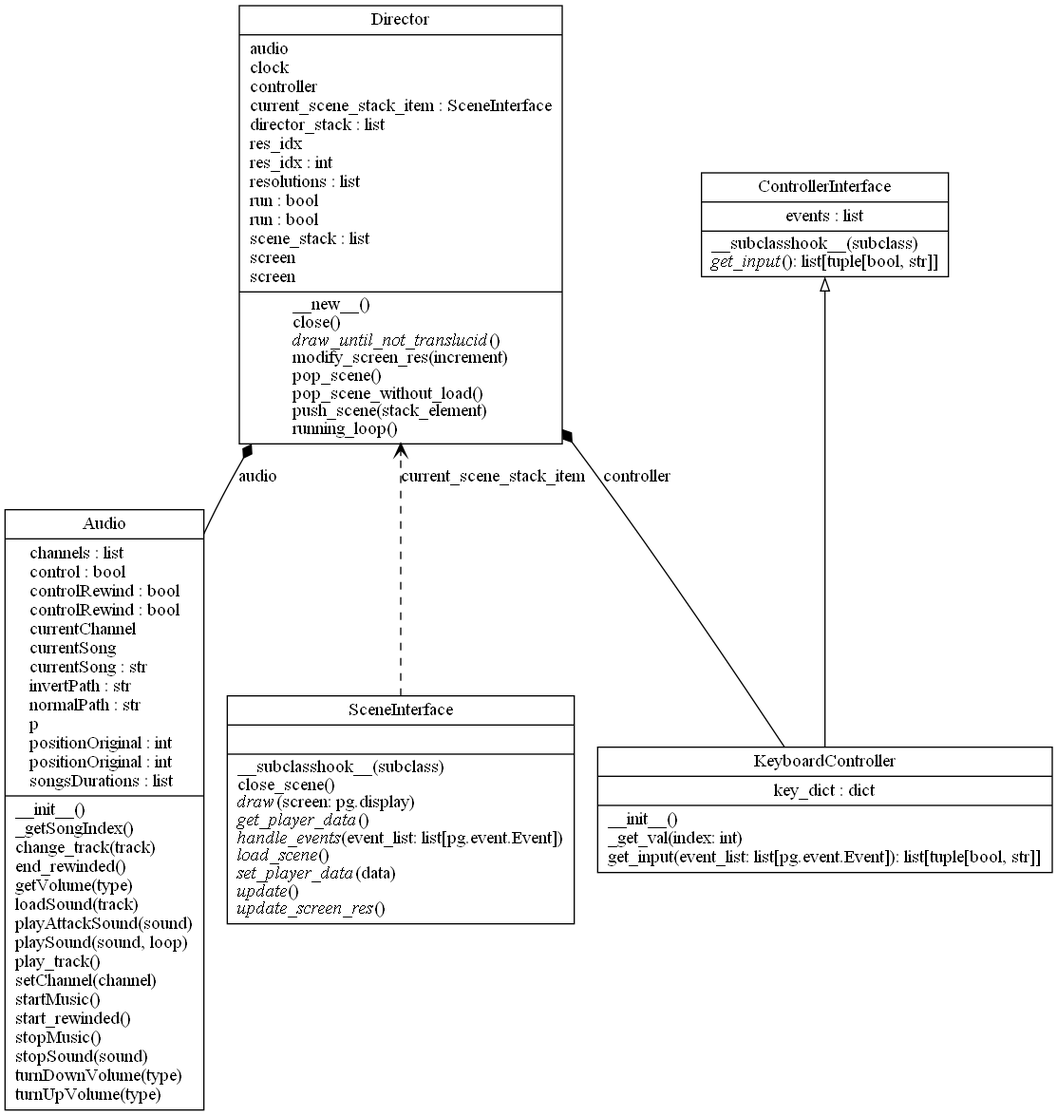
This is uml/Director.png from LucaDangeloS/CIIE, a Graphviz export, as it was before one commit. Its source is kept beside it as uml/Director.dot.
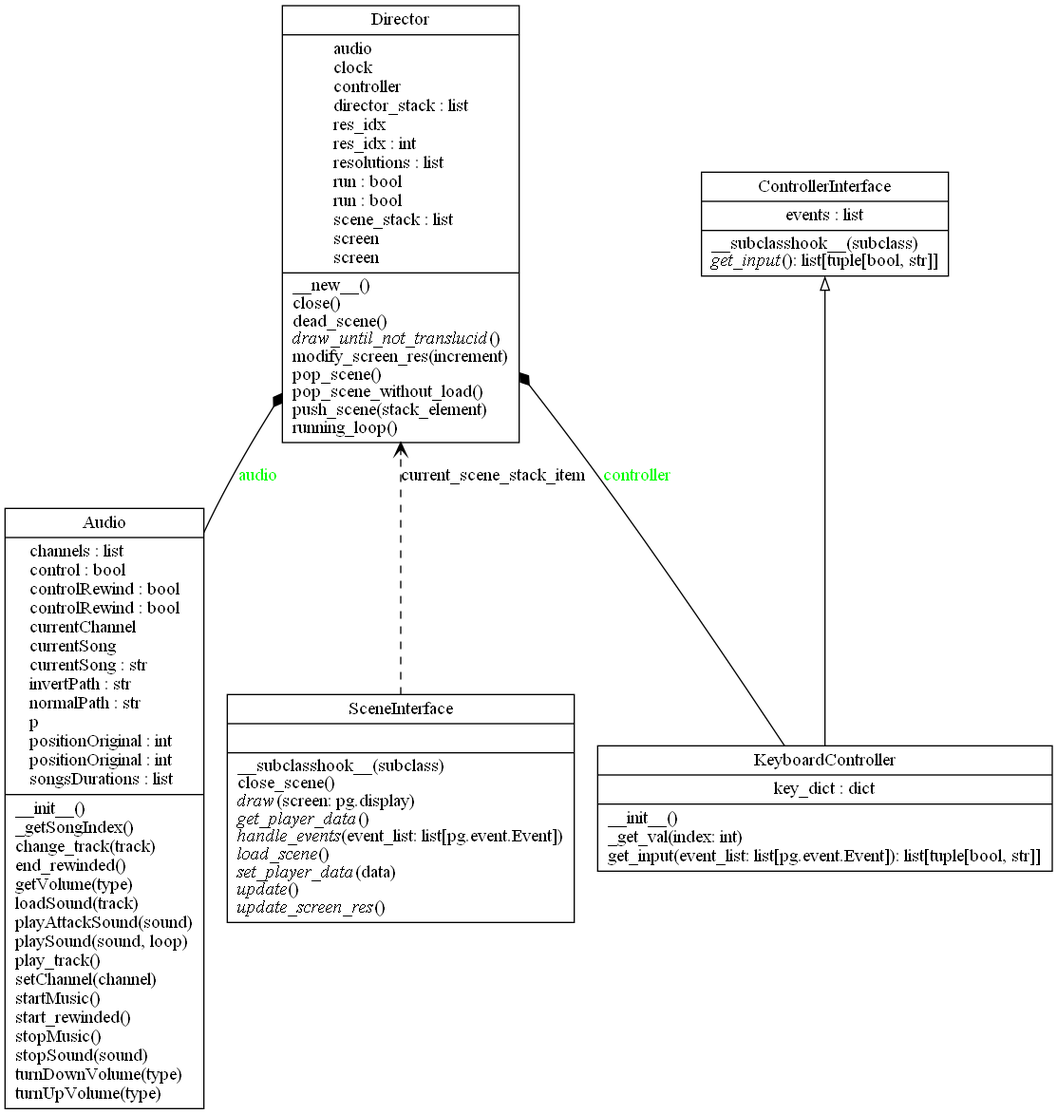
Above is the later version.

Commit message:
Updated Director UMLs

Change to the diagram source:
```diff
@@ -3,11 +3,11 @@
 charset="utf-8"
 "audio.Audio" [color="black", fontcolor="black", label=<{Audio|channels : list<br ALIGN="LEFT"/>control : bool<br ALIGN="LEFT"/>controlRewind : bool<br ALIGN="LEFT"/>controlRewind : bool<br ALIGN="LEFT"/>currentChannel<br ALIGN="LEFT"/>currentSong<br ALIGN="LEFT"/>currentSong : str<br ALIGN="LEFT"/>invertPath : str<br ALIGN="LEFT"/>normalPath : str<br ALIGN="LEFT"/>p<br ALIGN="LEFT"/>positionOriginal : int<br ALIGN="LEFT"/>positionOriginal : int<br ALIGN="LEFT"/>songsDurations : list<br ALIGN="LEFT"/>|__init__()<br ALIGN="LEFT"/>_getSongIndex()<br ALIGN="LEFT"/>change_track(track)<br ALIGN="LEFT"/>end_rewinded()<br ALIGN="LEFT"/>getVolume(type)<br ALIGN="LEFT"/>loadSound(track)<br ALIGN="LEFT"/>playAttackSound(sound)<br ALIGN="LEFT"/>playSound(sound, loop)<br ALIGN="LEFT"/>play_track()<br ALIGN="LEFT"/>setChannel(channel)<br ALIGN="LEFT"/>startMusic()<br ALIGN="LEFT"/>start_rewinded()<br ALIGN="LEFT"/>stopMusic()<br ALIGN="LEFT"/>stopSound(sound)<br ALIGN="LEFT"/>turnDownVolume(type)<br ALIGN="LEFT"/>turnUpVolume(type)<br ALIGN="LEFT"/>}>, shape="record", style="solid"];
 "controller.ControllerInterface" [color="black", fontcolor="black", label=<{ControllerInterface|events : list<br ALIGN="LEFT"/>|__subclasshook__(subclass)<br ALIGN="LEFT"/><I>get_input</I>(): list[tuple[bool, str]]<br ALIGN="LEFT"/>}>, shape="record", style="solid"];
-"director.Director" [color="black", fontcolor="black", label=<{Director|audio<br ALIGN="LEFT"/>clock<br ALIGN="LEFT"/>controller<br ALIGN="LEFT"/>current_scene_stack_item : SceneInterface<br ALIGN="LEFT"/>director_stack : list<br ALIGN="LEFT"/>res_idx<br ALIGN="LEFT"/>res_idx : int<br ALIGN="LEFT"/>resolutions : list<br ALIGN="LEFT"/>run : bool<br ALIGN="LEFT"/>run : bool<br ALIGN="LEFT"/>scene_stack : list<br ALIGN="LEFT"/>screen<br ALIGN="LEFT"/>screen<br ALIGN="LEFT"/>|__new__()<br ALIGN="LEFT"/>close()<br ALIGN="LEFT"/><I>draw_until_not_translucid</I>()<br ALIGN="LEFT"/>modify_screen_res(increment)<br ALIGN="LEFT"/>pop_scene()<br ALIGN="LEFT"/>pop_scene_without_load()<br ALIGN="LEFT"/>push_scene(stack_element)<br ALIGN="LEFT"/>running_loop()<br ALIGN="LEFT"/>}>, shape="record", style="solid"];
+"director.Director" [color="black", fontcolor="black", label=<{Director|audio<br ALIGN="LEFT"/>clock<br ALIGN="LEFT"/>controller<br ALIGN="LEFT"/>director_stack : list<br ALIGN="LEFT"/>res_idx<br ALIGN="LEFT"/>res_idx : int<br ALIGN="LEFT"/>resolutions : list<br ALIGN="LEFT"/>run : bool<br ALIGN="LEFT"/>run : bool<br ALIGN="LEFT"/>scene_stack : list<br ALIGN="LEFT"/>screen<br ALIGN="LEFT"/>screen<br ALIGN="LEFT"/>|__new__()<br ALIGN="LEFT"/>close()<br ALIGN="LEFT"/>dead_scene()<br ALIGN="LEFT"/><I>draw_until_not_translucid</I>()<br ALIGN="LEFT"/>modify_screen_res(increment)<br ALIGN="LEFT"/>pop_scene()<br ALIGN="LEFT"/>pop_scene_without_load()<br ALIGN="LEFT"/>push_scene(stack_element)<br ALIGN="LEFT"/>running_loop()<br ALIGN="LEFT"/>}>, shape="record", style="solid"];
 "controller.KeyboardController" [color="black", fontcolor="black", label=<{KeyboardController|key_dict : dict<br ALIGN="LEFT"/>|__init__()<br ALIGN="LEFT"/>_get_val(index: int)<br ALIGN="LEFT"/>get_input(event_list: list[pg.event.Event]): list[tuple[bool, str]]<br ALIGN="LEFT"/>}>, shape="record", style="solid"];
 "scene.SceneInterface" [color="black", fontcolor="black", label=<{SceneInterface|<br ALIGN="LEFT"/>|__subclasshook__(subclass)<br ALIGN="LEFT"/>close_scene()<br ALIGN="LEFT"/><I>draw</I>(screen: pg.display)<br ALIGN="LEFT"/><I>get_player_data</I>()<br ALIGN="LEFT"/><I>handle_events</I>(event_list: list[pg.event.Event])<br ALIGN="LEFT"/><I>load_scene</I>()<br ALIGN="LEFT"/><I>set_player_data</I>(data)<br ALIGN="LEFT"/><I>update</I>()<br ALIGN="LEFT"/><I>update_screen_res</I>()<br ALIGN="LEFT"/>}>, shape="record", style="solid"];
 "controller.KeyboardController" -> "controller.ControllerInterface" [arrowhead="empty", arrowtail="none"];
-"audio.Audio" -> "director.Director" [arrowhead="diamond", arrowtail="none", fontcolor="black", label="audio", style="solid"];
-"controller.KeyboardController" -> "director.Director" [arrowhead="diamond", arrowtail="none", fontcolor="black", label="controller", style="solid"];
+"audio.Audio" -> "director.Director" [arrowhead="diamond", arrowtail="none", fontcolor="green", label="audio", style="solid"];
+"controller.KeyboardController" -> "director.Director" [arrowhead="diamond", arrowtail="none", fontcolor="green", label="controller", style="solid"];
 "scene.SceneInterface" -> "director.Director" [arrowhead="open", fontcolor="black", label="current_scene_stack_item", style="dashed"];
 }
```
